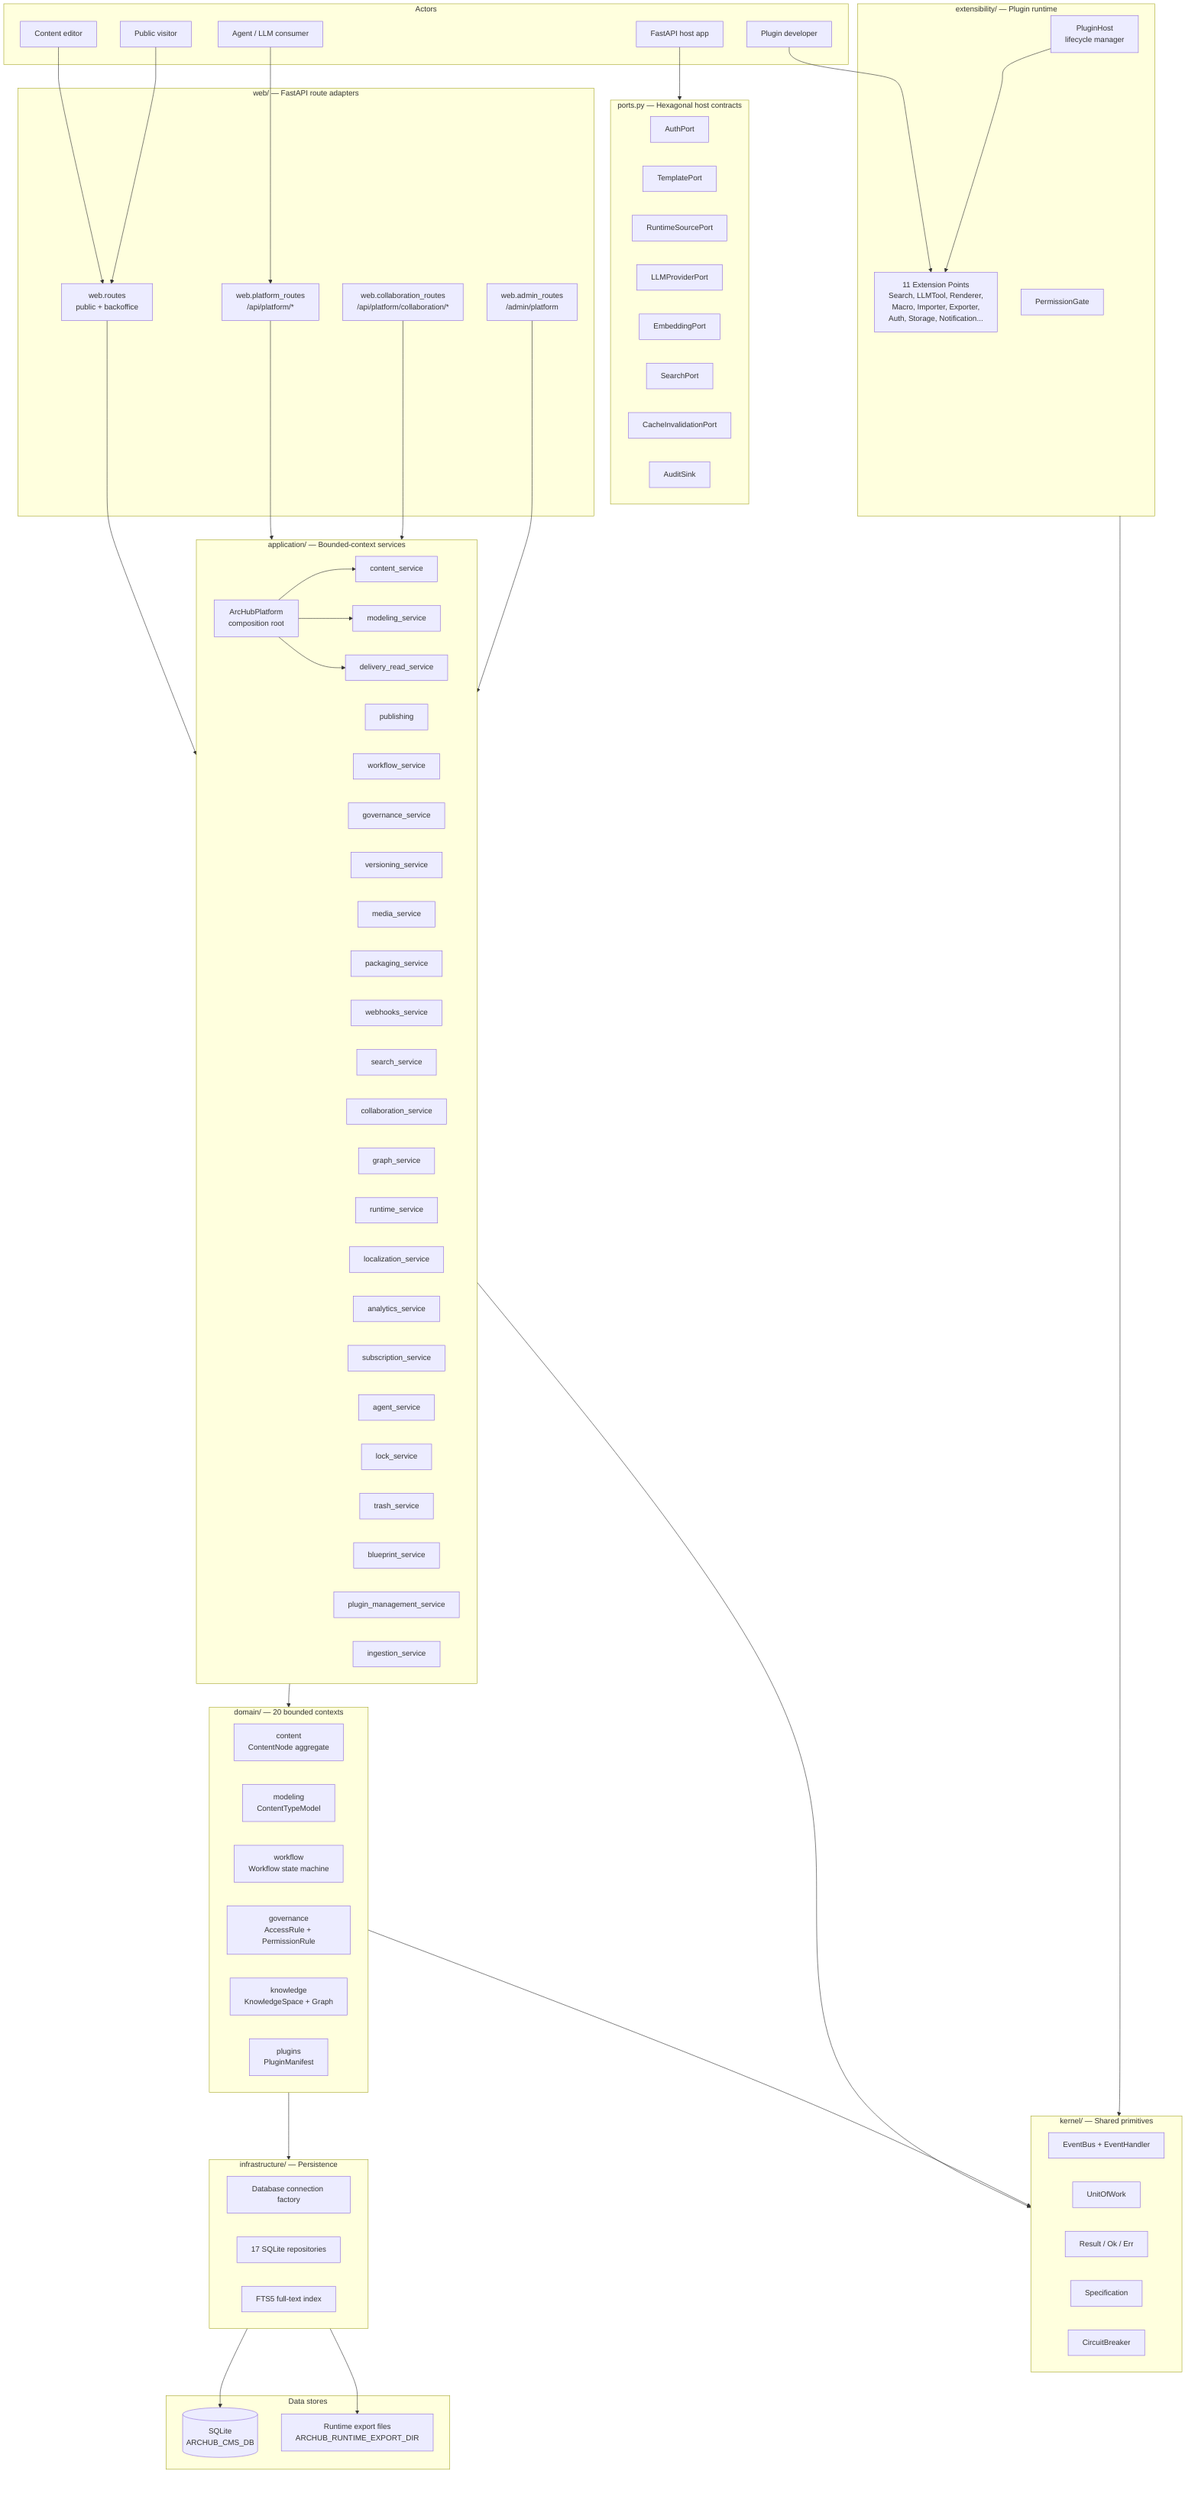
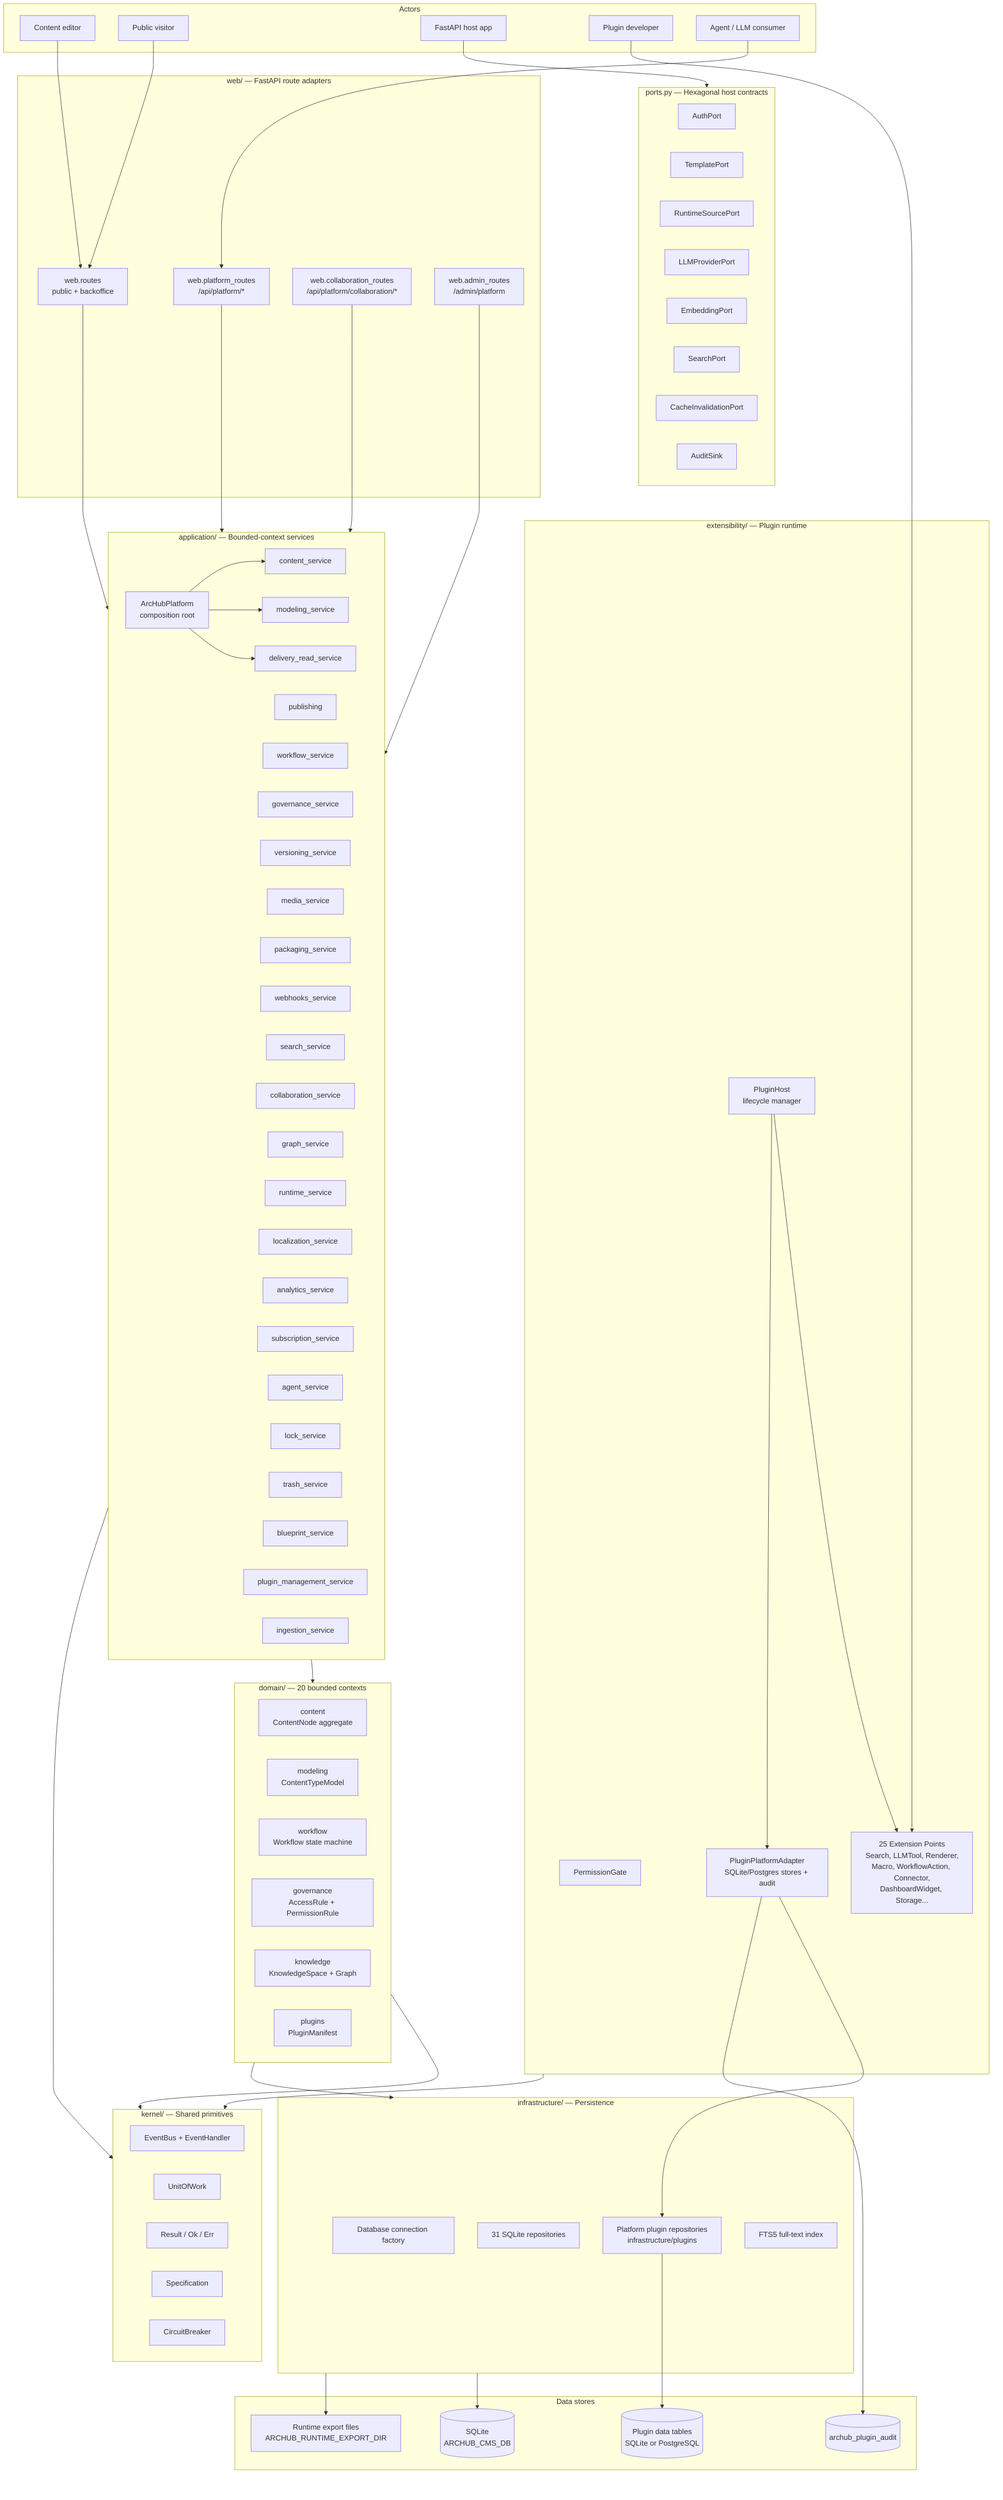
flowchart TB
    subgraph Actors
        Editor[Content editor]
        Visitor[Public visitor]
        Host[FastAPI host app]
        PluginDev[Plugin developer]
        Agent[Agent / LLM consumer]
    end

    subgraph Web["web/ — FastAPI route adapters"]
        Routes[web.routes\npublic + backoffice]
        PlatformRoutes[web.platform_routes\n/api/platform/*]
        CollabRoutes[web.collaboration_routes\n/api/platform/collaboration/*]
        AdminRoutes[web.admin_routes\n/admin/platform]
    end

    subgraph Ports["ports.py — Hexagonal host contracts"]
        AuthPort
        TemplatePort
        RuntimeSourcePort
        LLMProviderPort
        EmbeddingPort
        SearchPort
        CachePort[CacheInvalidationPort]
        AuditSink
    end

    subgraph App["application/ — Bounded-context services"]
        Platform[ArcHubPlatform\ncomposition root]
        ContentSvc[content_service]
        ModelingSvc[modeling_service]
        DeliverySvc[delivery_read_service]
        PublishingSvc[publishing]
        WorkflowSvc[workflow_service]
        GovernanceSvc[governance_service]
        VersioningSvc[versioning_service]
        MediaSvc[media_service]
        PackageSvc[packaging_service]
        WebhookSvc[webhooks_service]
        SearchSvc[search_service]
        CollabSvc[collaboration_service]
        GraphSvc[graph_service]
        RuntimeSvc[runtime_service]
        LocSvc[localization_service]
        AnalyticsSvc[analytics_service]
        SubSvc[subscription_service]
        AgentSvc[agent_service]
        LockSvc[lock_service]
        TrashSvc[trash_service]
        BlueprintSvc[blueprint_service]
        PluginMgmtSvc[plugin_management_service]
        IngestionSvc[ingestion_service]
    end

    subgraph Domain["domain/ — 20 bounded contexts"]
        ContentDomain[content\nContentNode aggregate]
        ModelingDomain[modeling\nContentTypeModel]
        WorkflowDomain[workflow\nWorkflow state machine]
        GovernanceDomain[governance\nAccessRule + PermissionRule]
        KnowledgeDomain[knowledge\nKnowledgeSpace + Graph]
        PluginsDomain[plugins\nPluginManifest]
    end

    subgraph Kernel["kernel/ — Shared primitives"]
        EventBus[EventBus + EventHandler]
        UoW[UnitOfWork]
        Result[Result / Ok / Err]
        Spec[Specification]
        CB[CircuitBreaker]
    end

    subgraph Extensibility["extensibility/ — Plugin runtime"]
        PluginHost[PluginHost\nlifecycle manager]
-         ExtPoints[11 Extension Points\nSearch, LLMTool, Renderer,\nMacro, Importer, Exporter,\nAuth, Storage, Notification...]
+         ExtPoints[25 Extension Points\nSearch, LLMTool, Renderer,\nMacro, WorkflowAction, Connector,\nDashboardWidget, Storage...]
        PermGate[PermissionGate]
+         PlatformAdapter[PluginPlatformAdapter\nSQLite/Postgres stores + audit]
    end

    subgraph Infra["infrastructure/ — Persistence"]
        DB[Database connection factory]
-         Repos[17 SQLite repositories]
+         Repos[31 SQLite repositories]
+         PluginRepos[Platform plugin repositories\ninfrastructure/plugins]
        FTS[FTS5 full-text index]
    end

    subgraph Data["Data stores"]
        SQLite[(SQLite\nARCHUB_CMS_DB)]
+         PluginAudit[(archub_plugin_audit)]
+         PluginData[(Plugin data tables\nSQLite or PostgreSQL)]
        Files[Runtime export files\nARCHUB_RUNTIME_EXPORT_DIR]
    end

    Editor --> Routes
    Visitor --> Routes
    Agent --> PlatformRoutes
    Host --> Ports
    PluginDev --> ExtPoints

    Routes --> App
    PlatformRoutes --> App
    CollabRoutes --> App
    AdminRoutes --> App

    App --> Domain
    App --> Kernel
    Platform --> ContentSvc
    Platform --> ModelingSvc
    Platform --> DeliverySvc

    Domain --> Kernel
    Extensibility --> Kernel
    PluginHost --> ExtPoints
+     PluginHost --> PlatformAdapter

    Domain --> Infra
    Infra --> SQLite
+     PlatformAdapter --> PluginRepos
+     PluginRepos --> PluginData
+     PlatformAdapter --> PluginAudit
    Infra --> Files
